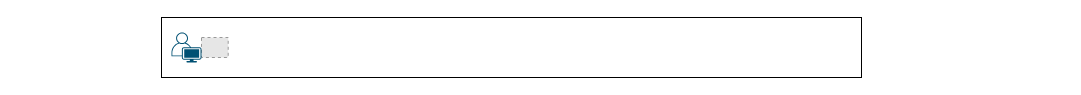
Above: Untitled Diagram.drawio in dingzhanxing/Diagram (draw.io), before the change. Source tidied: cells renumbered, new cells numbered last; positions are measured from the earlier drawing's top-left corner, leaving out a move shared by most shapes. Both pictures are drawn from the tidied source at 100%, with x=0, y=0 at pixel (161, 17). Pictures stored in the file or linked from it are replaced by grey dashed boxes.
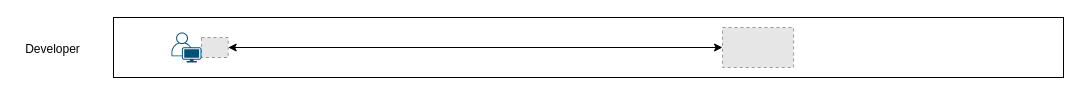
The same diagram, later.

The edit, as a diff of the source:
```diff
@@
 <mxGraphModel>
   <root>
     <mxCell id="0" />
     <mxCell id="1" parent="0" />
     <mxCell id="2" style="rounded=0;whiteSpace=wrap;html=1;" parent="1" vertex="1">
-      <mxGeometry width="700" height="60" as="geometry" />
+      <mxGeometry x="-48" width="950" height="60" as="geometry" />
     </mxCell>
     <mxCell id="3" style="fillColor=#E6E6E6;strokeColor=#999999;dashed=1;verticalLabelPosition=bottom;labelBackgroundColor=default;verticalAlign=top;" parent="1" vertex="1">
       <mxGeometry x="40" y="20" width="26.7" height="20" as="geometry" />
     </mxCell>
     <mxCell id="4" style="verticalLabelPosition=bottom;sketch=0;html=1;verticalAlign=top;align=center;shape=mxgraph.cisco19.user;fillColor=#005073;strokeColor=none;" parent="1" vertex="1">
       <mxGeometry x="10" y="15" width="30" height="30" as="geometry" />
     </mxCell>
+    <mxCell id="5" style="fillColor=#E6E6E6;strokeColor=#999999;dashed=1;verticalLabelPosition=bottom;labelBackgroundColor=default;verticalAlign=top;" parent="1" vertex="1">
+      <mxGeometry x="561" y="10" width="71.1" height="40" as="geometry" />
+    </mxCell>
+    <mxCell id="6" style="endArrow=classic;startArrow=classic;html=1;rounded=0;exitX=1;exitY=0.5;exitDx=0;exitDy=0;" parent="1" edge="1" source="3" target="5">
+      <mxGeometry relative="1" as="geometry" />
+    </mxCell>
+    <mxCell id="7" value="Developer" style="text;html=1;align=center;verticalAlign=middle;fillColor=none;strokeColor=none;rounded=0;" parent="1" vertex="1">
+      <mxGeometry x="-144" y="22" width="70" height="20" as="geometry" />
+    </mxCell>
   </root>
 </mxGraphModel>
```
